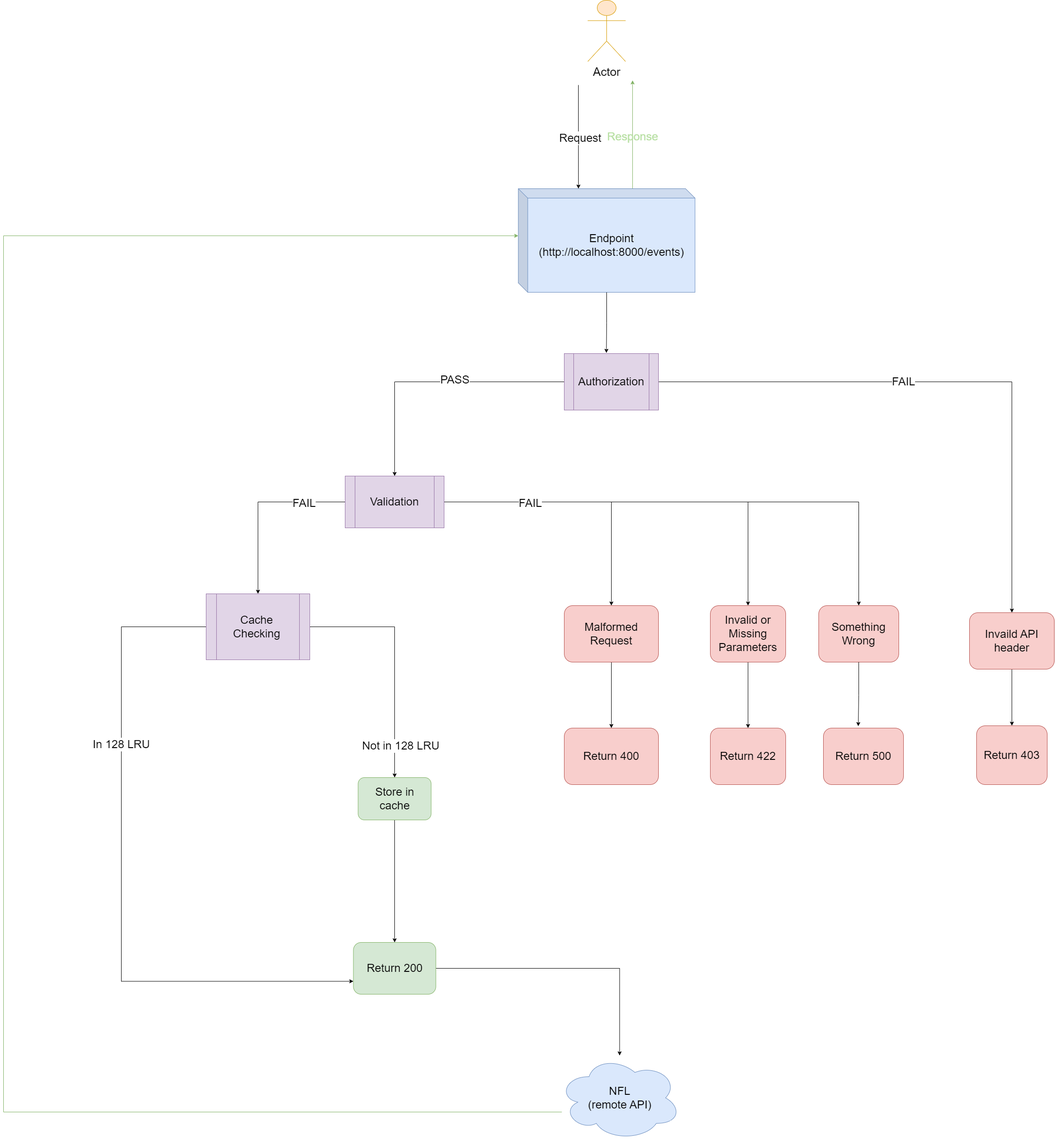
This is Architect Sketch.png from code2atena/medida_challenge-api, a draw.io export, as it was before one commit. Source tidied: cells renumbered, new cells last; positions are measured from the earlier drawing's top-left corner, leaving out a move shared by most shapes.
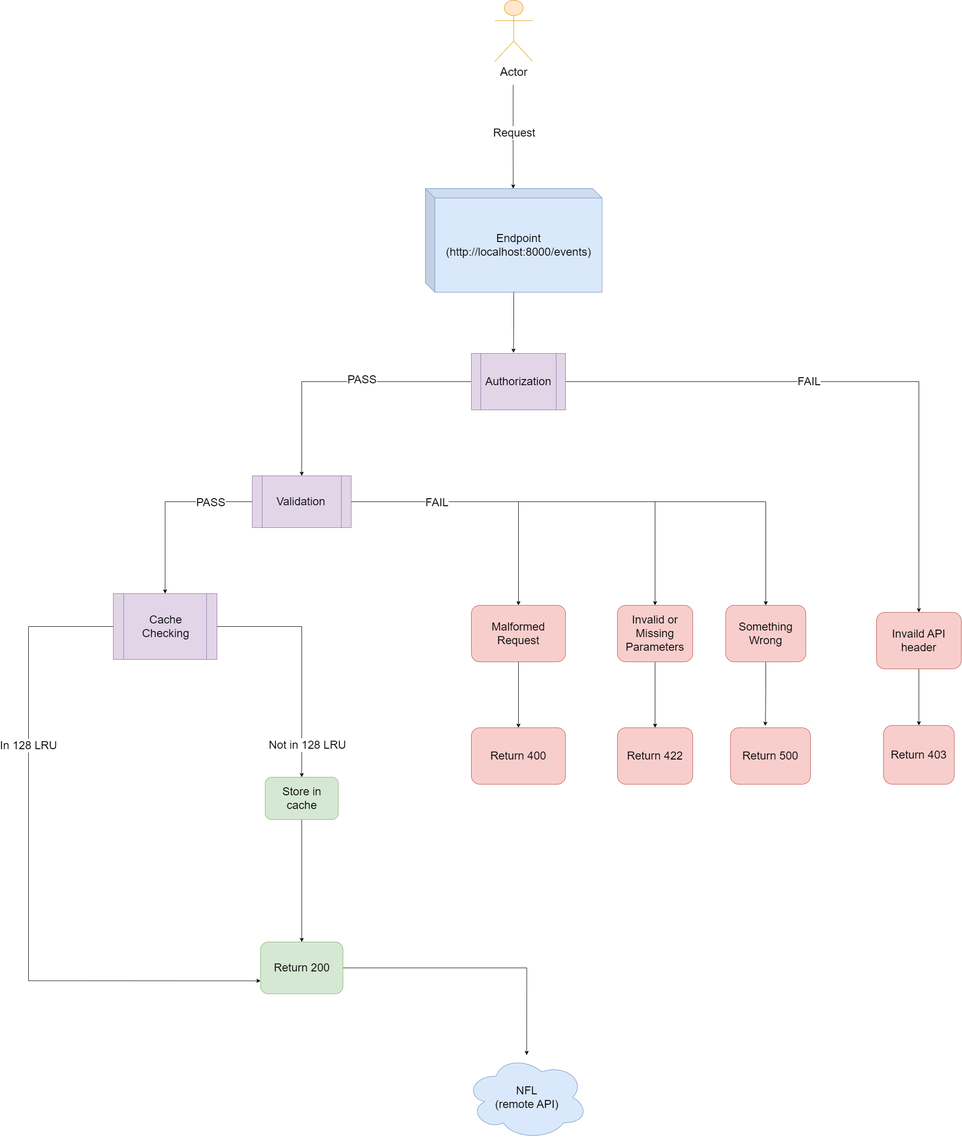
Later version of the same file.

What changed in the source:
```diff
@@ -7,30 +7,22 @@
     </mxCell>
     <mxCell id="3" style="edgeStyle=orthogonalEdgeStyle;rounded=0;orthogonalLoop=1;jettySize=auto;html=1;" parent="1" edge="1">
       <mxGeometry relative="1" as="geometry">
-        <mxPoint x="1220" y="180" as="sourcePoint" />
-        <mxPoint x="1220.1" y="400" as="targetPoint" />
+        <mxPoint x="1278.8" y="180" as="sourcePoint" />
+        <mxPoint x="1278.9" y="400" as="targetPoint" />
         <Array as="points">
-          <mxPoint x="1220" y="300" />
-          <mxPoint x="1220" y="300" />
+          <mxPoint x="1278.8" y="300" />
+          <mxPoint x="1278.8" y="300" />
         </Array>
       </mxGeometry>
     </mxCell>
     <mxCell id="4" value="Request" style="edgeLabel;html=1;align=center;verticalAlign=middle;fontSize=24;" parent="3" vertex="1">
-      <mxGeometry y="1" relative="1" as="geometry" />
+      <mxGeometry y="1" relative="1" as="geometry">
+        <mxPoint y="-10" as="offset" />
+      </mxGeometry>
     </mxCell>
     <mxCell id="5" value="Actor" style="shape=umlActor;verticalLabelPosition=bottom;verticalAlign=top;html=1;fontSize=25;fillColor=#ffe6cc;strokeColor=#d79b00;" parent="1" vertex="1">
       <mxGeometry x="1240" width="80" height="130" as="geometry" />
     </mxCell>
-    <mxCell id="6" style="edgeStyle=orthogonalEdgeStyle;rounded=0;orthogonalLoop=1;jettySize=auto;html=1;fillColor=#d5e8d4;strokeColor=#82b366;" parent="1" edge="1">
-      <mxGeometry relative="1" as="geometry">
-        <mxPoint x="1335" y="400" as="sourcePoint" />
-        <mxPoint x="1335" y="170" as="targetPoint" />
-        <Array as="points">
-          <mxPoint x="1335" y="290" />
-          <mxPoint x="1335" y="290" />
-        </Array>
-      </mxGeometry>
-    </mxCell>
     <mxCell id="7" value="&lt;font style=&quot;font-size: 24px;&quot;&gt;Endpoint&lt;/font&gt;&lt;div style=&quot;font-size: 24px;&quot;&gt;&lt;font style=&quot;font-size: 24px;&quot;&gt;(http://localhost:8000/events&lt;/font&gt;&lt;span style=&quot;background-color: initial;&quot;&gt;)&lt;/span&gt;&lt;/div&gt;" style="shape=cube;whiteSpace=wrap;html=1;boundedLbl=1;backgroundOutline=1;darkOpacity=0.05;darkOpacity2=0.1;fillColor=#dae8fc;strokeColor=#6c8ebf;" parent="1" vertex="1">
       <mxGeometry x="1092.5" y="400" width="375" height="220" as="geometry" />
     </mxCell>
@@ -52,7 +44,7 @@
     <mxCell id="13" style="edgeStyle=orthogonalEdgeStyle;rounded=0;jettySize=auto;html=1;entryX=0.5;entryY=0;entryDx=0;entryDy=0;" parent="1" edge="1" source="19" target="27">
       <mxGeometry relative="1" as="geometry" />
     </mxCell>
-    <mxCell id="14" value="FAIL" style="edgeLabel;html=1;align=center;verticalAlign=middle;fontSize=24;" parent="13" vertex="1">
+    <mxCell id="14" value="PASS" style="edgeLabel;html=1;align=center;verticalAlign=middle;fontSize=24;" parent="13" vertex="1">
       <mxGeometry x="-0.52" y="3" relative="1" as="geometry">
         <mxPoint y="-3" as="offset" />
       </mxGeometry>
@@ -111,14 +103,6 @@
     <mxCell id="29" value="Store in cache" style="rounded=1;whiteSpace=wrap;html=1;fillColor=#d5e8d4;strokeColor=#82b366;fontSize=24;" parent="1" vertex="1">
       <mxGeometry x="752.5" y="1650" width="155" height="90" as="geometry" />
     </mxCell>
-    <mxCell id="30" style="edgeStyle=orthogonalEdgeStyle;rounded=0;jettySize=auto;html=1;entryX=0;entryY=0;entryDx=0;entryDy=100;entryPerimeter=0;fillColor=#d5e8d4;strokeColor=#82b366;" parent="1" edge="1" source="2" target="7">
-      <mxGeometry relative="1" as="geometry">
-        <Array as="points">
-          <mxPoint y="2360" />
-          <mxPoint y="500" />
-        </Array>
-      </mxGeometry>
-    </mxCell>
     <mxCell id="31" style="edgeStyle=orthogonalEdgeStyle;rounded=0;jettySize=auto;html=1;entryX=0.5;entryY=0;entryDx=0;entryDy=0;" parent="1" edge="1" source="32" target="36">
       <mxGeometry relative="1" as="geometry" />
     </mxCell>
@@ -152,8 +136,5 @@
     <mxCell id="41" value="Return 200" style="rounded=1;whiteSpace=wrap;html=1;fontSize=24;fillColor=#d5e8d4;strokeColor=#82b366;" parent="1" vertex="1">
       <mxGeometry x="742.5" y="2000" width="175" height="110" as="geometry" />
     </mxCell>
-    <mxCell id="42" value="&lt;font style=&quot;font-size: 24px;&quot;&gt;Response&lt;/font&gt;" style="text;html=1;align=center;verticalAlign=middle;strokeColor=none;fillColor=none;fontColor=#B9E0A5;" parent="1" vertex="1">
-      <mxGeometry x="1270" y="270" width="130" height="40" as="geometry" />
-    </mxCell>
   </root>
 </mxGraphModel>
```
